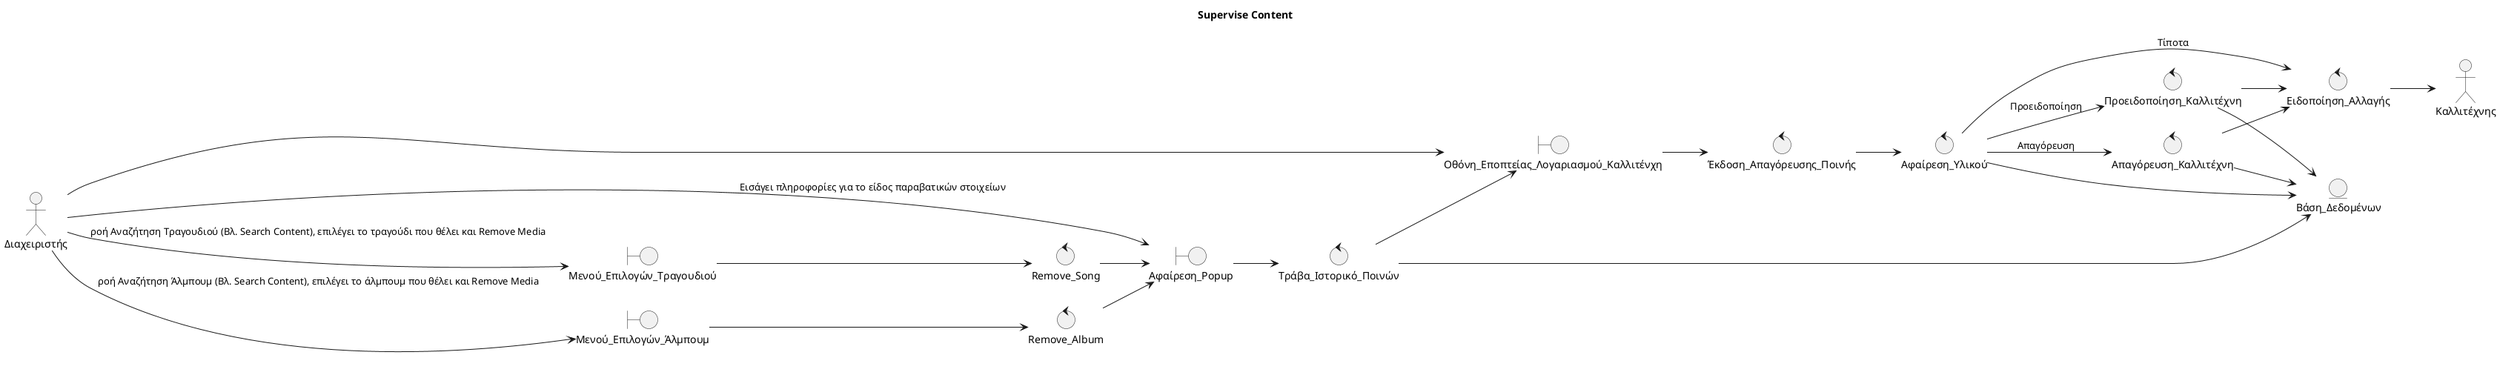
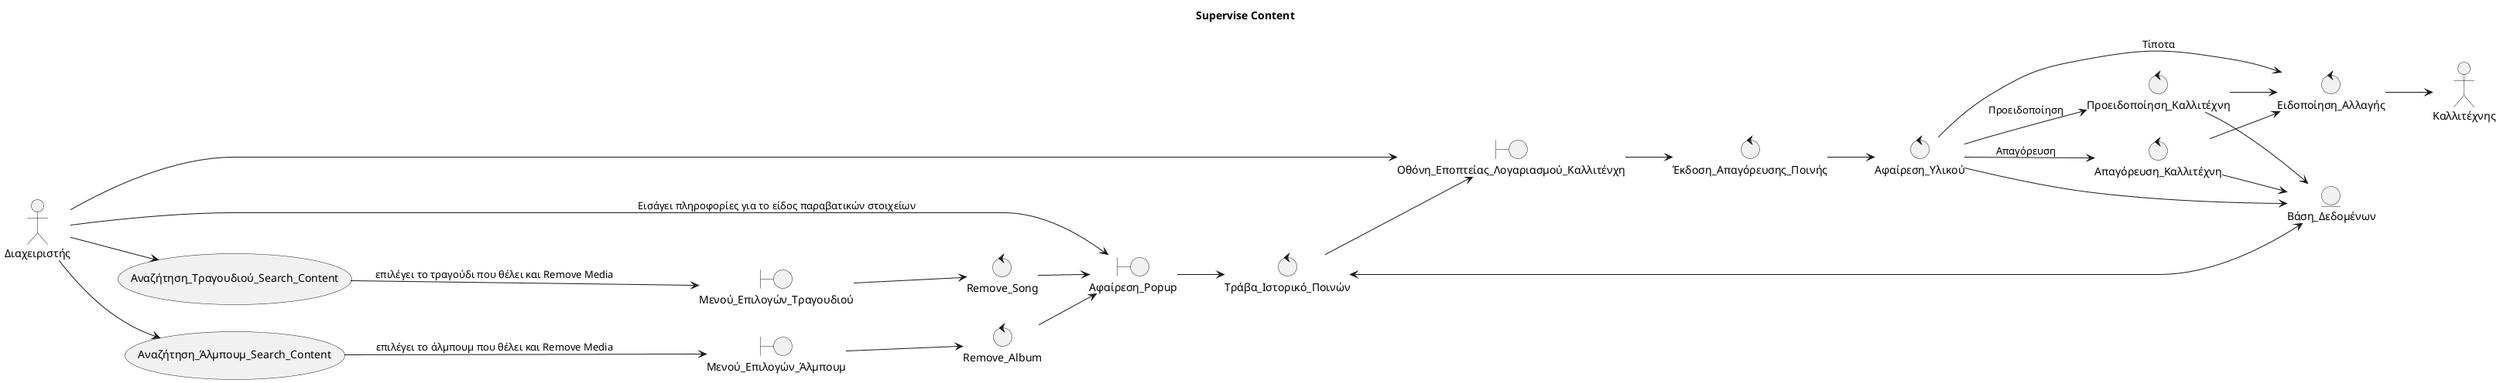
@startuml

title Supervise Content

left to right direction

skinparam shadowing false
skinparam roundcorner 10

' =====================================================
' ACTORS
' =====================================================

actor Διαχειριστής
actor Καλλιτέχνης
' =====================================================
' BOUNDARY OBJECTS
' =====================================================

boundary Μενού_Επιλογών_Άλμπουμ
boundary Μενού_Επιλογών_Τραγουδιού
boundary Αφαίρεση_Popup
boundary Οθόνη_Εποπτείας_Λογαριασμού_Καλλιτένχη


' =====================================================
' CONTROL OBJECTS
' =====================================================

control Remove_Song
control Remove_Album
control Τράβα_Ιστορικό_Ποινών
control Έκδοση_Απαγόρευσης_Ποινής
control Αφαίρεση_Υλικού
control Απαγόρευση_Καλλιτέχνη
control Προειδοποίηση_Καλλιτέχνη
control Ειδοποίηση_Αλλαγής
' =====================================================
' ENTITY OBJECTS
' =====================================================

entity Βάση_Δεδομένων

' =====================================================
+ ' USE CASES
+ ' =====================================================
+ 
+ usecase Αναζήτηση_Τραγουδιού_Search_Content
+ usecase Αναζήτηση_Άλμπουμ_Search_Content
+ 
+ ' =====================================================
' INTERACTIONS
' =====================================================
- Διαχειριστής --> Μενού_Επιλογών_Τραγουδιού:ροή Αναζήτηση Τραγουδιού (Βλ. Search Content), επιλέγει το τραγούδι που θέλει και Remove Media
- Διαχειριστής --> Μενού_Επιλογών_Άλμπουμ : ροή Αναζήτηση Άλμπουμ (Βλ. Search Content), επιλέγει το άλμπουμ που θέλει και Remove Media
+ Διαχειριστής --> Αναζήτηση_Τραγουδιού_Search_Content
+ Αναζήτηση_Τραγουδιού_Search_Content --> Μενού_Επιλογών_Τραγουδιού : επιλέγει το τραγούδι που θέλει και Remove Media
+ Διαχειριστής --> Αναζήτηση_Άλμπουμ_Search_Content
+ Αναζήτηση_Άλμπουμ_Search_Content --> Μενού_Επιλογών_Άλμπουμ :  επιλέγει το άλμπουμ που θέλει και Remove Media
Μενού_Επιλογών_Τραγουδιού --> Remove_Song
Μενού_Επιλογών_Άλμπουμ --> Remove_Album
Remove_Song --> Αφαίρεση_Popup
Remove_Album --> Αφαίρεση_Popup
Διαχειριστής --> Αφαίρεση_Popup : Εισάγει πληροφορίες για το είδος παραβατικών στοιχείων
Αφαίρεση_Popup --> Τράβα_Ιστορικό_Ποινών
- Τράβα_Ιστορικό_Ποινών --> Βάση_Δεδομένων
+ Τράβα_Ιστορικό_Ποινών <--> Βάση_Δεδομένων
Τράβα_Ιστορικό_Ποινών --> Οθόνη_Εποπτείας_Λογαριασμού_Καλλιτένχη
Διαχειριστής --> Οθόνη_Εποπτείας_Λογαριασμού_Καλλιτένχη
Οθόνη_Εποπτείας_Λογαριασμού_Καλλιτένχη --> Έκδοση_Απαγόρευσης_Ποινής
Έκδοση_Απαγόρευσης_Ποινής --> Αφαίρεση_Υλικού
Αφαίρεση_Υλικού --> Βάση_Δεδομένων
Αφαίρεση_Υλικού --> Απαγόρευση_Καλλιτέχνη : Απαγόρευση
Αφαίρεση_Υλικού --> Προειδοποίηση_Καλλιτέχνη : Προειδοποίηση
Αφαίρεση_Υλικού --> Ειδοποίηση_Αλλαγής : Τίποτα

Απαγόρευση_Καλλιτέχνη --> Βάση_Δεδομένων
Απαγόρευση_Καλλιτέχνη --> Ειδοποίηση_Αλλαγής

Προειδοποίηση_Καλλιτέχνη --> Βάση_Δεδομένων
Προειδοποίηση_Καλλιτέχνη --> Ειδοποίηση_Αλλαγής

Ειδοποίηση_Αλλαγής --> Καλλιτέχνης





@enduml